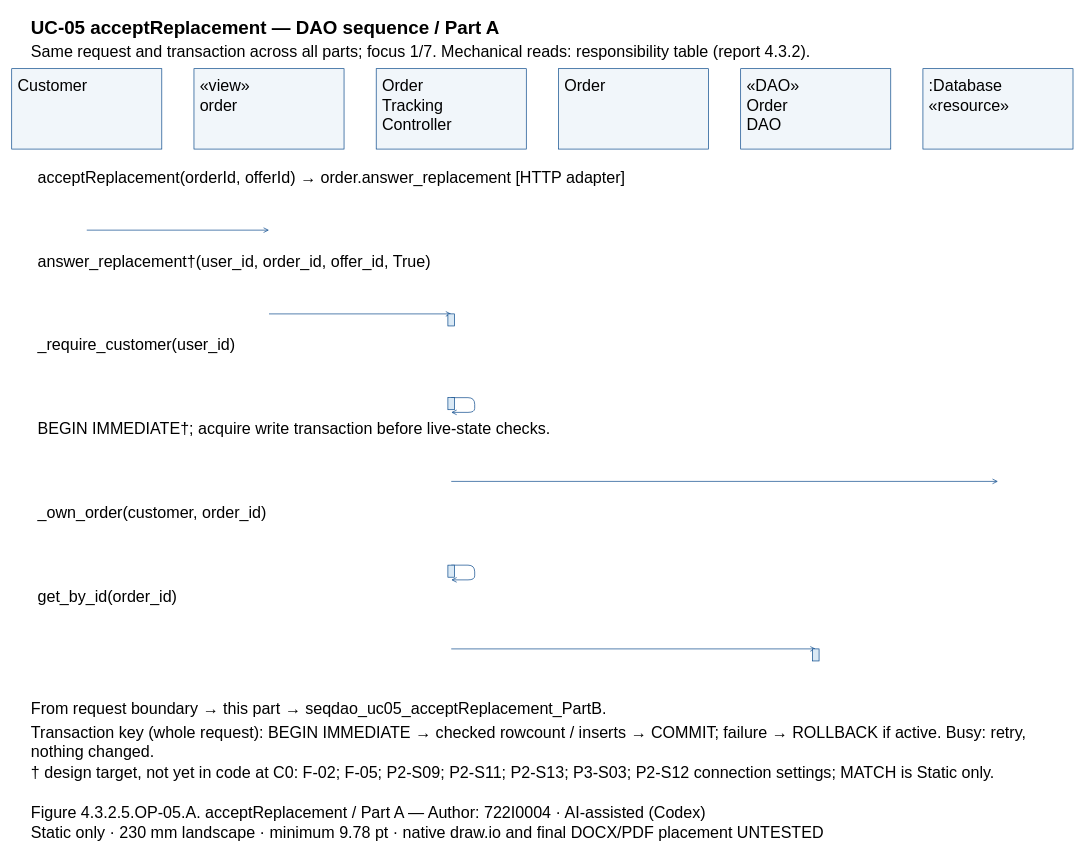
This is models/UC-05/seqdao_uc05_acceptReplacement_PartA.drawio from Dat071104/SaigonBite, a draw.io file, before an edit. Source tidied: cells renumbered, new cells numbered last; positions are measured from the earlier drawing's top-left corner, leaving out a move shared by most shapes. Both pictures are drawn from the tidied source at 67%, with x=0, y=0 at pixel (11, 11).
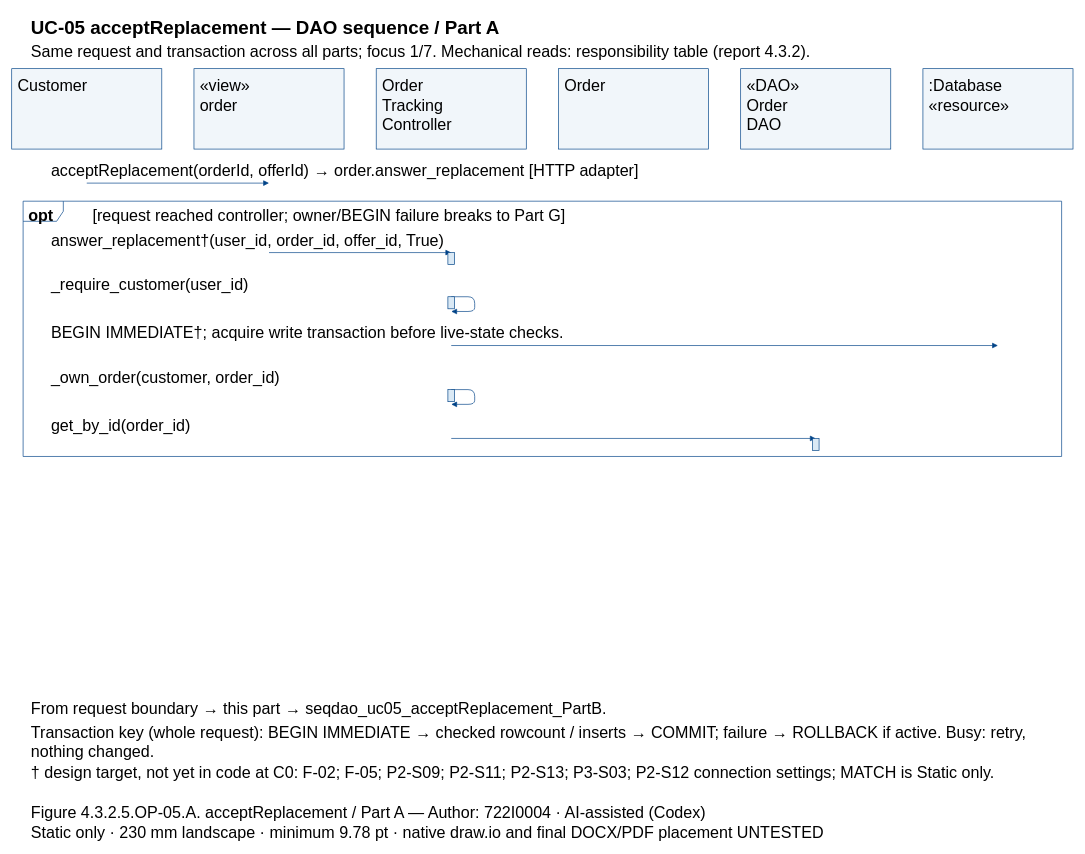
The same diagram, later.

What changed in the source:
```diff
@@
+    <mxCell id="49" style="shape=umlFrame;fillColor=none;strokeColor=#004387;" parent="1" vertex="1">
+      <mxGeometry x="17" y="282.8" width="1550" height="381" as="geometry" />
+    </mxCell>
@@
-    <mxCell id="15" value=":Database&#10;«resource»" style="text;html=0;whiteSpace=wrap;align=left;verticalAlign=top;strokeColor=none;fillColor=none;fontFamily=Arial;fontSize=24;fontStyle=0;" parent="1" vertex="1">
-      <mxGeometry x="1367" y="90" width="210" height="55.7" as="geometry" />
-    </mxCell>
-    <mxCell id="16" value="acceptReplacement(orderId, offerId) → order.answer_replacement [HTTP adapter]" style="text;html=0;whiteSpace=wrap;align=left;verticalAlign=top;strokeColor=none;fillColor=none;fontFamily=Arial;fontSize=24;fontStyle=0;" parent="1" vertex="1">
-      <mxGeometry x="37" y="227" width="1510" height="27.8" as="geometry" />
+    <mxCell id="16" value=":Database&#10;«resource»" style="text;html=0;whiteSpace=wrap;align=left;verticalAlign=top;strokeColor=none;fillColor=none;fontFamily=Arial;fontSize=24;fontStyle=0;" parent="1" vertex="1">
+      <mxGeometry x="1367" y="90" width="210" height="55.7" as="geometry" />
     </mxCell>
+    <mxCell id="50" value="opt" style="text;html=0;whiteSpace=wrap;align=left;verticalAlign=top;strokeColor=none;fillColor=none;fontFamily=Arial;fontSize=24;fontStyle=1;" parent="1" vertex="1">
+      <mxGeometry x="23" y="283.8" width="84" height="27.8" as="geometry" />
+    </mxCell>
+    <mxCell id="51" value="[request reached controller; owner/BEGIN failure breaks to Part G]" style="text;html=0;whiteSpace=wrap;align=left;verticalAlign=top;strokeColor=none;fillColor=none;fontFamily=Arial;fontSize=24;fontStyle=0;" parent="1" vertex="1">
+      <mxGeometry x="119" y="283.8" width="1438" height="27.8" as="geometry" />
+    </mxCell>
+    <mxCell id="52" value="acceptReplacement(orderId, offerId) → order.answer_replacement [HTTP adapter]" style="text;html=0;whiteSpace=wrap;align=left;verticalAlign=top;strokeColor=none;fillColor=none;fontFamily=Arial;fontSize=24;fontStyle=0;" parent="1" vertex="1">
+      <mxGeometry x="57" y="217" width="1470" height="27.8" as="geometry" />
+    </mxCell>
     <mxCell id="17" style="opacity=0;" parent="1" vertex="1">
-      <mxGeometry x="112" y="326" as="geometry" />
+      <mxGeometry x="112" y="255.8" as="geometry" />
     </mxCell>
     <mxCell id="18" style="opacity=0;" parent="1" vertex="1">
-      <mxGeometry x="384" y="326" as="geometry" />
+      <mxGeometry x="384" y="255.8" as="geometry" />
     </mxCell>
-    <mxCell id="19" style="edgeStyle=none;endArrow=open;strokeColor=#004387;exitX=0.5;entryX=0.5;exitPerimeter=0;entryPerimeter=0;" parent="1" edge="1" source="17" target="18">
+    <mxCell id="19" style="edgeStyle=none;endArrow=block;endFill=1;strokeColor=#004387;exitX=0.5;entryX=0.5;exitPerimeter=0;entryPerimeter=0;" parent="1" edge="1" source="17" target="18">
       <mxGeometry relative="1" as="geometry" />
     </mxCell>
-    <mxCell id="20" value="answer_replacement†(user_id, order_id, offer_id, True)" style="text;html=0;whiteSpace=wrap;align=left;verticalAlign=top;strokeColor=none;fillColor=none;fontFamily=Arial;fontSize=24;fontStyle=0;" parent="1" vertex="1">
-      <mxGeometry x="37" y="352" width="1510" height="27.8" as="geometry" />
-    </mxCell>
+    <mxCell id="25" value="answer_replacement†(user_id, order_id, offer_id, True)" style="text;html=0;whiteSpace=wrap;align=left;verticalAlign=top;strokeColor=none;fillColor=none;fontFamily=Arial;fontSize=24;fontStyle=0;" parent="1" vertex="1">
+      <mxGeometry x="57" y="320.7" width="1470" height="27.8" as="geometry" />
+    </mxCell>
     <mxCell id="21" style="opacity=0;" parent="1" vertex="1">
-      <mxGeometry x="384" y="451" as="geometry" />
+      <mxGeometry x="384" y="359.5" as="geometry" />
     </mxCell>
     <mxCell id="22" style="opacity=0;" parent="1" vertex="1">
-      <mxGeometry x="656" y="451" as="geometry" />
+      <mxGeometry x="656" y="359.5" as="geometry" />
     </mxCell>
-    <mxCell id="23" style="edgeStyle=none;endArrow=open;strokeColor=#004387;exitX=0.5;entryX=0.5;exitPerimeter=0;entryPerimeter=0;" parent="1" edge="1" source="21" target="22">
+    <mxCell id="23" style="edgeStyle=none;endArrow=block;endFill=1;strokeColor=#004387;exitX=0.5;entryX=0.5;exitPerimeter=0;entryPerimeter=0;" parent="1" edge="1" source="21" target="22">
       <mxGeometry relative="1" as="geometry" />
     </mxCell>
-    <mxCell id="24" style="fillColor=#DAE9F5;strokeColor=#004387;" parent="1" vertex="1">
-      <mxGeometry x="651" y="451" width="10" height="18" as="geometry" />
-    </mxCell>
-    <mxCell id="25" value="_require_customer(user_id)" style="text;html=0;whiteSpace=wrap;align=left;verticalAlign=top;strokeColor=none;fillColor=none;fontFamily=Arial;fontSize=24;fontStyle=0;" parent="1" vertex="1">
-      <mxGeometry x="37" y="477" width="1510" height="27.8" as="geometry" />
-    </mxCell>
+    <mxCell id="29" style="fillColor=#DAE9F5;strokeColor=#004387;" parent="1" vertex="1">
+      <mxGeometry x="651" y="359.5" width="10" height="18" as="geometry" />
+    </mxCell>
+    <mxCell id="30" value="_require_customer(user_id)" style="text;html=0;whiteSpace=wrap;align=left;verticalAlign=top;strokeColor=none;fillColor=none;fontFamily=Arial;fontSize=24;fontStyle=0;" parent="1" vertex="1">
+      <mxGeometry x="57" y="386.5" width="1470" height="27.8" as="geometry" />
+    </mxCell>
     <mxCell id="26" style="opacity=0;" parent="1" vertex="1">
-      <mxGeometry x="656" y="576" as="geometry" />
+      <mxGeometry x="656" y="425.4" as="geometry" />
     </mxCell>
     <mxCell id="27" style="opacity=0;" parent="1" vertex="1">
-      <mxGeometry x="656" y="598" as="geometry" />
+      <mxGeometry x="656" y="447.4" as="geometry" />
     </mxCell>
-    <mxCell id="28" style="edgeStyle=none;endArrow=open;strokeColor=#004387;exitX=0.5;entryX=0.5;exitPerimeter=0;entryPerimeter=0;" parent="1" edge="1" source="26" target="27">
+    <mxCell id="28" style="edgeStyle=none;endArrow=block;endFill=1;strokeColor=#004387;exitX=0.5;entryX=0.5;exitPerimeter=0;entryPerimeter=0;" parent="1" edge="1" source="26" target="27">
       <mxGeometry relative="1" as="geometry">
         <Array as="points">
-          <mxPoint x="691" y="576" />
-          <mxPoint x="691" y="598" />
+          <mxPoint x="691" y="425.4" />
+          <mxPoint x="691" y="447.4" />
         </Array>
       </mxGeometry>
     </mxCell>
-    <mxCell id="29" style="fillColor=#DAE9F5;strokeColor=#004387;" parent="1" vertex="1">
-      <mxGeometry x="651" y="576" width="10" height="18" as="geometry" />
-    </mxCell>
-    <mxCell id="30" value="BEGIN IMMEDIATE†; acquire write transaction before live-state checks." style="text;html=0;whiteSpace=wrap;align=left;verticalAlign=top;strokeColor=none;fillColor=none;fontFamily=Arial;fontSize=24;fontStyle=0;" parent="1" vertex="1">
-      <mxGeometry x="37" y="602" width="1510" height="27.8" as="geometry" />
-    </mxCell>
+    <mxCell id="53" style="fillColor=#DAE9F5;strokeColor=#004387;" parent="1" vertex="1">
+      <mxGeometry x="651" y="425.4" width="10" height="18" as="geometry" />
+    </mxCell>
+    <mxCell id="54" value="BEGIN IMMEDIATE†; acquire write transaction before live-state checks." style="text;html=0;whiteSpace=wrap;align=left;verticalAlign=top;strokeColor=none;fillColor=none;fontFamily=Arial;fontSize=24;fontStyle=0;" parent="1" vertex="1">
+      <mxGeometry x="57" y="459.4" width="1470" height="27.8" as="geometry" />
+    </mxCell>
     <mxCell id="31" style="opacity=0;" parent="1" vertex="1">
-      <mxGeometry x="656" y="701" as="geometry" />
+      <mxGeometry x="656" y="498.2" as="geometry" />
     </mxCell>
     <mxCell id="32" style="opacity=0;" parent="1" vertex="1">
-      <mxGeometry x="1472" y="701" as="geometry" />
+      <mxGeometry x="1472" y="498.2" as="geometry" />
     </mxCell>
-    <mxCell id="33" style="edgeStyle=none;endArrow=open;strokeColor=#004387;exitX=0.5;entryX=0.5;exitPerimeter=0;entryPerimeter=0;" parent="1" edge="1" source="31" target="32">
+    <mxCell id="33" style="edgeStyle=none;endArrow=block;endFill=1;strokeColor=#004387;exitX=0.5;entryX=0.5;exitPerimeter=0;entryPerimeter=0;" parent="1" edge="1" source="31" target="32">
       <mxGeometry relative="1" as="geometry" />
     </mxCell>
-    <mxCell id="34" value="_own_order(customer, order_id)" style="text;html=0;whiteSpace=wrap;align=left;verticalAlign=top;strokeColor=none;fillColor=none;fontFamily=Arial;fontSize=24;fontStyle=0;" parent="1" vertex="1">
-      <mxGeometry x="37" y="727" width="1510" height="27.8" as="geometry" />
-    </mxCell>
+    <mxCell id="39" value="_own_order(customer, order_id)" style="text;html=0;whiteSpace=wrap;align=left;verticalAlign=top;strokeColor=none;fillColor=none;fontFamily=Arial;fontSize=24;fontStyle=0;" parent="1" vertex="1">
+      <mxGeometry x="57" y="525.2" width="1470" height="27.8" as="geometry" />
+    </mxCell>
     <mxCell id="35" style="opacity=0;" parent="1" vertex="1">
-      <mxGeometry x="656" y="826" as="geometry" />
+      <mxGeometry x="656" y="564" as="geometry" />
     </mxCell>
     <mxCell id="36" style="opacity=0;" parent="1" vertex="1">
-      <mxGeometry x="656" y="848" as="geometry" />
+      <mxGeometry x="656" y="586" as="geometry" />
     </mxCell>
-    <mxCell id="37" style="edgeStyle=none;endArrow=open;strokeColor=#004387;exitX=0.5;entryX=0.5;exitPerimeter=0;entryPerimeter=0;" parent="1" edge="1" source="35" target="36">
+    <mxCell id="37" style="edgeStyle=none;endArrow=block;endFill=1;strokeColor=#004387;exitX=0.5;entryX=0.5;exitPerimeter=0;entryPerimeter=0;" parent="1" edge="1" source="35" target="36">
       <mxGeometry relative="1" as="geometry">
         <Array as="points">
-          <mxPoint x="691" y="826" />
-          <mxPoint x="691" y="848" />
+          <mxPoint x="691" y="564" />
+          <mxPoint x="691" y="586" />
         </Array>
       </mxGeometry>
     </mxCell>
-    <mxCell id="38" style="fillColor=#DAE9F5;strokeColor=#004387;" parent="1" vertex="1">
-      <mxGeometry x="651" y="826" width="10" height="18" as="geometry" />
-    </mxCell>
-    <mxCell id="39" value="get_by_id(order_id)" style="text;html=0;whiteSpace=wrap;align=left;verticalAlign=top;strokeColor=none;fillColor=none;fontFamily=Arial;fontSize=24;fontStyle=0;" parent="1" vertex="1">
-      <mxGeometry x="37" y="852" width="1510" height="27.8" as="geometry" />
-    </mxCell>
+    <mxCell id="43" style="fillColor=#DAE9F5;strokeColor=#004387;" parent="1" vertex="1">
+      <mxGeometry x="651" y="564" width="10" height="18" as="geometry" />
+    </mxCell>
+    <mxCell id="44" value="get_by_id(order_id)" style="text;html=0;whiteSpace=wrap;align=left;verticalAlign=top;strokeColor=none;fillColor=none;fontFamily=Arial;fontSize=24;fontStyle=0;" parent="1" vertex="1">
+      <mxGeometry x="57" y="598" width="1470" height="27.8" as="geometry" />
+    </mxCell>
     <mxCell id="40" style="opacity=0;" parent="1" vertex="1">
-      <mxGeometry x="656" y="951" as="geometry" />
+      <mxGeometry x="656" y="636.9" as="geometry" />
     </mxCell>
     <mxCell id="41" style="opacity=0;" parent="1" vertex="1">
-      <mxGeometry x="1200" y="951" as="geometry" />
+      <mxGeometry x="1200" y="636.9" as="geometry" />
     </mxCell>
-    <mxCell id="42" style="edgeStyle=none;endArrow=open;strokeColor=#004387;exitX=0.5;entryX=0.5;exitPerimeter=0;entryPerimeter=0;" parent="1" edge="1" source="40" target="41">
+    <mxCell id="42" style="edgeStyle=none;endArrow=block;endFill=1;strokeColor=#004387;exitX=0.5;entryX=0.5;exitPerimeter=0;entryPerimeter=0;" parent="1" edge="1" source="40" target="41">
       <mxGeometry relative="1" as="geometry" />
     </mxCell>
-    <mxCell id="43" style="fillColor=#DAE9F5;strokeColor=#004387;" parent="1" vertex="1">
-      <mxGeometry x="1195" y="951" width="10" height="18" as="geometry" />
-    </mxCell>
-    <mxCell id="44" value="From request boundary → this part → seqdao_uc05_acceptReplacement_PartB." style="text;html=0;whiteSpace=wrap;align=left;verticalAlign=top;strokeColor=none;fillColor=none;fontFamily=Arial;fontSize=24;fontStyle=0;" parent="1" vertex="1">
-      <mxGeometry x="27" y="1020" width="1530" height="27.8" as="geometry" />
-    </mxCell>
-    <mxCell id="45" value="Transaction key (whole request): BEGIN IMMEDIATE → checked rowcount / inserts → COMMIT; failure → ROLLBACK if active. Busy: retry,&#10;nothing changed." style="text;html=0;whiteSpace=wrap;align=left;verticalAlign=top;strokeColor=none;fillColor=none;fontFamily=Arial;fontSize=24;fontStyle=0;" parent="1" vertex="1">
-      <mxGeometry x="27" y="1055" width="1530" height="55.7" as="geometry" />
-    </mxCell>
-    <mxCell id="46" value="† design target, not yet in code at C0: F-02; F-05; P2-S09; P2-S11; P2-S13; P3-S03; P2-S12 connection settings; MATCH is Static only." style="text;html=0;whiteSpace=wrap;align=left;verticalAlign=top;strokeColor=none;fillColor=none;fontFamily=Arial;fontSize=24;fontStyle=0;" parent="1" vertex="1">
-      <mxGeometry x="27" y="1115" width="1530" height="27.8" as="geometry" />
-    </mxCell>
+    <mxCell id="55" style="fillColor=#DAE9F5;strokeColor=#004387;" parent="1" vertex="1">
+      <mxGeometry x="1195" y="636.9" width="10" height="18" as="geometry" />
+    </mxCell>
-    <mxCell id="47" value="Figure 4.3.2.5.OP-05.A. acceptReplacement / Part A — Author: 722I0004 · AI-assisted (Codex)" style="text;html=0;whiteSpace=wrap;align=left;verticalAlign=top;strokeColor=none;fillColor=none;fontFamily=Arial;fontSize=24;fontStyle=0;" parent="1" vertex="1">
-      <mxGeometry x="27" y="1175" width="1530" height="27.8" as="geometry" />
+    <mxCell id="47" value="From request boundary → this part → seqdao_uc05_acceptReplacement_PartB." style="text;html=0;whiteSpace=wrap;align=left;verticalAlign=top;strokeColor=none;fillColor=none;fontFamily=Arial;fontSize=24;fontStyle=0;" parent="1" vertex="1">
+      <mxGeometry x="27" y="1020" width="1530" height="27.8" as="geometry" />
     </mxCell>
-    <mxCell id="48" value="Static only · 230 mm landscape · minimum 9.78 pt · native draw.io and final DOCX/PDF placement UNTESTED" style="text;html=0;whiteSpace=wrap;align=left;verticalAlign=top;strokeColor=none;fillColor=none;fontFamily=Arial;fontSize=24;fontStyle=0;" parent="1" vertex="1">
-      <mxGeometry x="27" y="1205" width="1530" height="27.8" as="geometry" />
+    <mxCell id="48" value="Transaction key (whole request): BEGIN IMMEDIATE → checked rowcount / inserts → COMMIT; failure → ROLLBACK if active. Busy: retry,&#10;nothing changed." style="text;html=0;whiteSpace=wrap;align=left;verticalAlign=top;strokeColor=none;fillColor=none;fontFamily=Arial;fontSize=24;fontStyle=0;" parent="1" vertex="1">
+      <mxGeometry x="27" y="1055" width="1530" height="55.7" as="geometry" />
     </mxCell>
+    <mxCell id="46" value="† design target, not yet in code at C0: F-02; F-05; P2-S09; P2-S11; P2-S13; P3-S03; P2-S12 connection settings; MATCH is Static only." style="text;html=0;whiteSpace=wrap;align=left;verticalAlign=top;strokeColor=none;fillColor=none;fontFamily=Arial;fontSize=24;fontStyle=0;" parent="1" vertex="1">
+      <mxGeometry x="27" y="1115" width="1530" height="27.8" as="geometry" />
+    </mxCell>
+    <mxCell id="56" value="Figure 4.3.2.5.OP-05.A. acceptReplacement / Part A — Author: 722I0004 · AI-assisted (Codex)" style="text;html=0;whiteSpace=wrap;align=left;verticalAlign=top;strokeColor=none;fillColor=none;fontFamily=Arial;fontSize=24;fontStyle=0;" parent="1" vertex="1">
+      <mxGeometry x="27" y="1175" width="1530" height="27.8" as="geometry" />
+    </mxCell>
+    <mxCell id="57" value="Static only · 230 mm landscape · minimum 9.78 pt · native draw.io and final DOCX/PDF placement UNTESTED" style="text;html=0;whiteSpace=wrap;align=left;verticalAlign=top;strokeColor=none;fillColor=none;fontFamily=Arial;fontSize=24;fontStyle=0;" parent="1" vertex="1">
+      <mxGeometry x="27" y="1205" width="1530" height="27.8" as="geometry" />
+    </mxCell>
```
